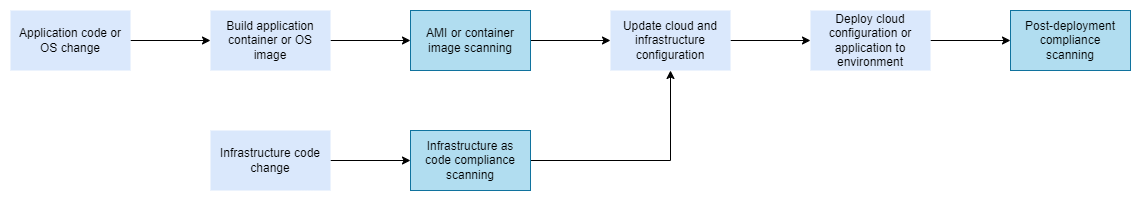
This is Exercise 5/DevSecOpsPipeline.png from nhidm/udacity-aws-cloud-architect-course3, a draw.io export, as it was before one commit. Source tidied: cells renumbered, new cells last; positions are measured from the earlier drawing's top-left corner, leaving out a move shared by most shapes.
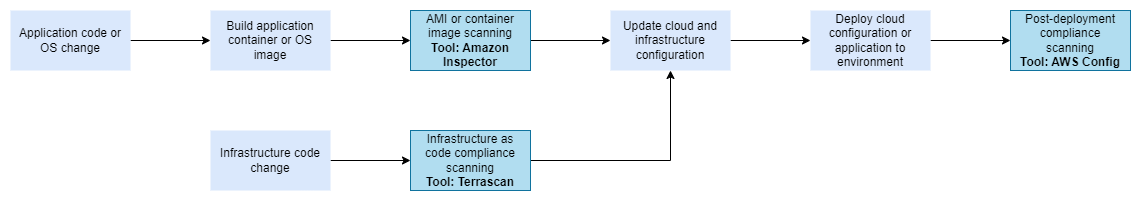
After the change.

Diff of the diagram source:
```diff
@@ -17,7 +17,7 @@
     <mxCell id="6" style="edgeStyle=orthogonalEdgeStyle;rounded=0;jettySize=auto;html=1;entryX=0;entryY=0.5;entryDx=0;entryDy=0;" parent="1" edge="1" source="7" target="9">
       <mxGeometry relative="1" as="geometry" />
     </mxCell>
-    <mxCell id="7" value="AMI or container image scanning" style="rounded=0;whiteSpace=wrap;html=1;shadow=0;fillColor=#b1ddf0;strokeColor=#10739e;spacingLeft=5;spacingRight=5;spacingTop=5;spacingBottom=5;" parent="1" vertex="1">
+    <mxCell id="7" value="AMI or container image scanning&lt;div&gt;&lt;b&gt;Tool:&amp;nbsp;&lt;/b&gt;&lt;span style=&quot;background-color: initial;&quot;&gt;&lt;b&gt;Amazon Inspector&lt;/b&gt;&lt;/span&gt;&lt;/div&gt;" style="rounded=0;whiteSpace=wrap;html=1;shadow=0;fillColor=#b1ddf0;strokeColor=#10739e;spacingLeft=5;spacingRight=5;spacingTop=5;spacingBottom=5;" parent="1" vertex="1">
       <mxGeometry x="400" width="120" height="60" as="geometry" />
     </mxCell>
     <mxCell id="8" style="edgeStyle=orthogonalEdgeStyle;rounded=0;jettySize=auto;html=1;" parent="1" edge="1" source="9" target="15">
@@ -35,7 +35,7 @@
     <mxCell id="12" style="edgeStyle=orthogonalEdgeStyle;rounded=0;jettySize=auto;html=1;entryX=0.5;entryY=1;entryDx=0;entryDy=0;" parent="1" edge="1" source="13" target="9">
       <mxGeometry relative="1" as="geometry" />
     </mxCell>
-    <mxCell id="13" value="Infrastructure as code compliance scanning" style="rounded=0;whiteSpace=wrap;html=1;shadow=0;fillColor=#b1ddf0;strokeColor=#10739e;spacingLeft=5;spacingRight=5;spacingTop=5;spacingBottom=5;" parent="1" vertex="1">
+    <mxCell id="13" value="Infrastructure as code compliance scanning&lt;div&gt;&lt;b&gt;Tool:&amp;nbsp;&lt;/b&gt;&lt;span style=&quot;background-color: initial;&quot;&gt;&lt;b&gt;Terrascan&lt;/b&gt;&lt;/span&gt;&lt;br&gt;&lt;/div&gt;" style="rounded=0;whiteSpace=wrap;html=1;shadow=0;fillColor=#b1ddf0;strokeColor=#10739e;spacingLeft=5;spacingRight=5;spacingTop=5;spacingBottom=5;" parent="1" vertex="1">
       <mxGeometry x="400" y="120" width="120" height="60" as="geometry" />
     </mxCell>
     <mxCell id="14" style="edgeStyle=orthogonalEdgeStyle;rounded=0;jettySize=auto;html=1;" parent="1" edge="1" source="15" target="16">
@@ -44,7 +44,7 @@
     <mxCell id="15" value="Deploy cloud configuration or application to environment" style="rounded=0;whiteSpace=wrap;html=1;shadow=0;fillColor=#dae8fc;strokeColor=none;spacingLeft=5;spacingRight=5;spacingTop=5;spacingBottom=5;" parent="1" vertex="1">
       <mxGeometry x="800" width="120" height="60" as="geometry" />
     </mxCell>
-    <mxCell id="16" value="Post-deployment compliance scanning" style="rounded=0;whiteSpace=wrap;html=1;shadow=0;fillColor=#b1ddf0;strokeColor=#10739e;spacingLeft=5;spacingRight=5;spacingTop=5;spacingBottom=5;" parent="1" vertex="1">
+    <mxCell id="16" value="Post-deployment compliance scanning&lt;div&gt;&lt;b&gt;Tool:&amp;nbsp;&lt;/b&gt;&lt;span style=&quot;background-color: initial;&quot;&gt;&lt;b&gt;AWS Config&lt;/b&gt;&lt;/span&gt;&lt;/div&gt;" style="rounded=0;whiteSpace=wrap;html=1;shadow=0;fillColor=#b1ddf0;strokeColor=#10739e;spacingLeft=5;spacingRight=5;spacingTop=5;spacingBottom=5;" parent="1" vertex="1">
       <mxGeometry x="1000" width="120" height="60" as="geometry" />
     </mxCell>
   </root>
```
